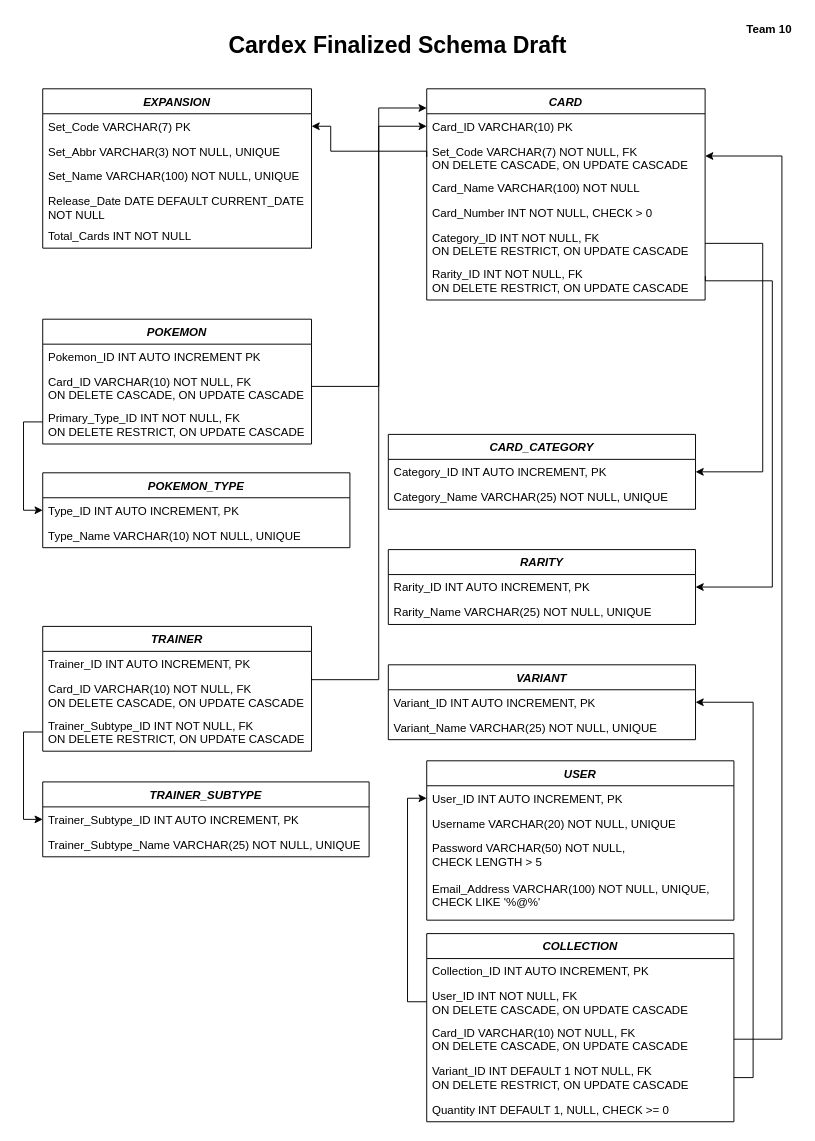
Above: Schemas/Cardex Schema.drawio in ChristianDedios23/Cardex (draw.io), before the change. Source tidied: cells renumbered, new cells numbered last; positions are measured from the earlier drawing's top-left corner, leaving out a move shared by most shapes. Both pictures are drawn from the tidied source at 96%, with x=0, y=0 at pixel (42, 21).
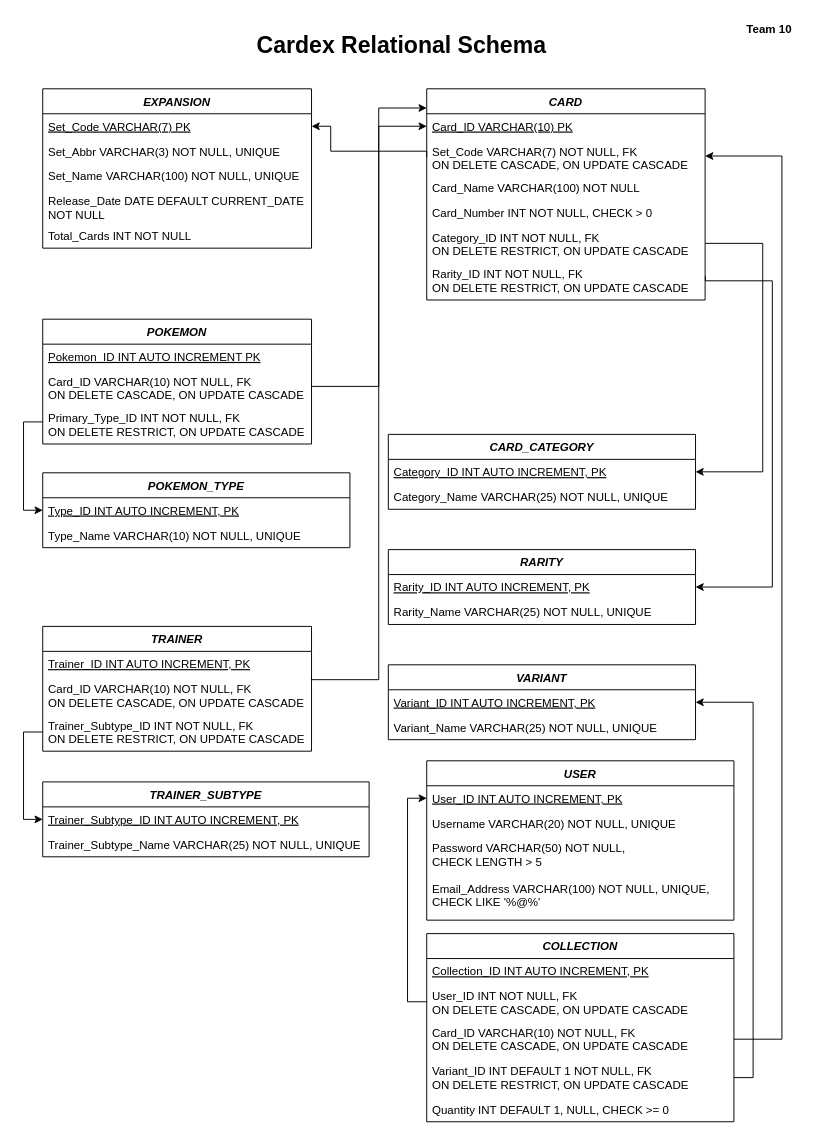
After the change.

The change refers to these unchanged cells:
```xml
<mxCell id="2" value="EXPANSION" style="swimlane;fontStyle=3;align=center;verticalAlign=top;horizontal=1;startSize=26;rounded=0;shadow=0;strokeWidth=1;" parent="1" vertex="1">
  <mxGeometry y="70" width="280" height="166" as="geometry" />
</mxCell>
<mxCell id="9" value="CARD" style="swimlane;fontStyle=3;align=center;verticalAlign=top;horizontal=1;startSize=26;rounded=0;shadow=0;strokeWidth=1;" parent="1" vertex="1">
  <mxGeometry x="400" y="70" width="290" height="220" as="geometry" />
</mxCell>
<mxCell id="16" value="POKEMON" style="swimlane;fontStyle=3;align=center;verticalAlign=top;horizontal=1;startSize=26;rounded=0;shadow=0;strokeWidth=1;" parent="1" vertex="1">
  <mxGeometry y="310" width="280" height="130" as="geometry" />
</mxCell>
<mxCell id="20" value="POKEMON_TYPE" style="swimlane;fontStyle=3;align=center;verticalAlign=top;horizontal=1;startSize=26;rounded=0;shadow=0;strokeWidth=1;" parent="1" vertex="1">
  <mxGeometry y="470" width="320" height="78" as="geometry" />
</mxCell>
<mxCell id="23" value="CARD_CATEGORY" style="swimlane;fontStyle=3;align=center;verticalAlign=top;horizontal=1;startSize=26;rounded=0;shadow=0;strokeWidth=1;" parent="1" vertex="1">
  <mxGeometry x="360" y="430" width="320" height="78" as="geometry" />
</mxCell>
<mxCell id="26" value="RARITY" style="swimlane;fontStyle=3;align=center;verticalAlign=top;horizontal=1;startSize=26;rounded=0;shadow=0;strokeWidth=1;" parent="1" vertex="1">
  <mxGeometry x="360" y="550" width="320" height="78" as="geometry" />
</mxCell>
<mxCell id="29" value="VARIANT" style="swimlane;fontStyle=3;align=center;verticalAlign=top;horizontal=1;startSize=26;rounded=0;shadow=0;strokeWidth=1;" parent="1" vertex="1">
  <mxGeometry x="360" y="670" width="320" height="78" as="geometry" />
</mxCell>
<mxCell id="37" value="USER" style="swimlane;fontStyle=3;align=center;verticalAlign=top;horizontal=1;startSize=26;rounded=0;shadow=0;strokeWidth=1;" parent="1" vertex="1">
  <mxGeometry x="400" y="770" width="320" height="166" as="geometry" />
</mxCell>
<mxCell id="42" value="COLLECTION" style="swimlane;fontStyle=3;align=center;verticalAlign=top;horizontal=1;startSize=26;rounded=0;shadow=0;strokeWidth=1;" parent="1" vertex="1">
  <mxGeometry x="400" y="950" width="320" height="196" as="geometry" />
</mxCell>
<mxCell id="50" value="TRAINER_SUBTYPE" style="swimlane;fontStyle=3;align=center;verticalAlign=top;horizontal=1;startSize=26;rounded=0;shadow=0;strokeWidth=1;" parent="1" vertex="1">
  <mxGeometry y="792" width="340" height="78" as="geometry" />
</mxCell>
<mxCell id="53" value="TRAINER" style="swimlane;fontStyle=3;align=center;verticalAlign=top;horizontal=1;startSize=26;rounded=0;shadow=0;strokeWidth=1;" parent="1" vertex="1">
  <mxGeometry y="630" width="280" height="130" as="geometry" />
</mxCell>
```

Change to the diagram source:
```diff
@@
-    <mxCell id="3" value="Set_Code VARCHAR(7) PK" style="text;align=left;verticalAlign=top;spacingLeft=4;spacingRight=4;overflow=hidden;points=[[0,0.5],[1,0.5]];portConstraint=eastwest;" parent="2" vertex="1">
+    <mxCell id="3" value="Set_Code VARCHAR(7) PK" style="text;align=left;verticalAlign=top;spacingLeft=4;spacingRight=4;overflow=hidden;points=[[0,0.5],[1,0.5]];portConstraint=eastwest;fontStyle=4;" parent="2" vertex="1">
       <mxGeometry y="26" width="280" height="26" as="geometry" />
     </mxCell>
@@
-    <mxCell id="8" value="&lt;h1&gt;Cardex Finalized Schema Draft&lt;/h1&gt;" style="text;html=1;whiteSpace=wrap;strokeColor=none;fillColor=none;align=center;verticalAlign=middle;rounded=0;" parent="1" vertex="1">
-      <mxGeometry x="190" y="10" width="360" height="30" as="geometry" />
+    <mxCell id="8" value="&lt;h1&gt;Cardex Relational Schema&lt;/h1&gt;" style="text;html=1;whiteSpace=wrap;strokeColor=none;fillColor=none;align=center;verticalAlign=middle;rounded=0;" parent="1" vertex="1">
+      <mxGeometry x="194" y="10" width="360" height="30" as="geometry" />
     </mxCell>
@@
-    <mxCell id="10" value="Card_ID VARCHAR(10) PK" style="text;align=left;verticalAlign=top;spacingLeft=4;spacingRight=4;overflow=hidden;points=[[0,0.5],[1,0.5]];portConstraint=eastwest;rounded=0;" parent="9" vertex="1">
+    <mxCell id="10" value="Card_ID VARCHAR(10) PK" style="text;align=left;verticalAlign=top;spacingLeft=4;spacingRight=4;overflow=hidden;points=[[0,0.5],[1,0.5]];portConstraint=eastwest;rounded=0;fontStyle=4;" parent="9" vertex="1">
       <mxGeometry y="26" width="290" height="26" as="geometry" />
     </mxCell>
@@
-    <mxCell id="17" value="Pokemon_ID INT AUTO INCREMENT PK" style="text;align=left;verticalAlign=top;spacingLeft=4;spacingRight=4;overflow=hidden;" parent="16" vertex="1">
+    <mxCell id="17" value="Pokemon_ID INT AUTO INCREMENT PK" style="text;align=left;verticalAlign=top;spacingLeft=4;spacingRight=4;overflow=hidden;fontStyle=4;" parent="16" vertex="1">
       <mxGeometry y="26" width="280" height="26" as="geometry" />
     </mxCell>
@@
-    <mxCell id="21" value="Type_ID INT AUTO INCREMENT, PK" style="text;align=left;verticalAlign=top;spacingLeft=4;spacingRight=4;overflow=hidden;points=[[0,0.5],[1,0.5]];portConstraint=eastwest;" parent="20" vertex="1">
+    <mxCell id="21" value="Type_ID INT AUTO INCREMENT, PK" style="text;align=left;verticalAlign=top;spacingLeft=4;spacingRight=4;overflow=hidden;points=[[0,0.5],[1,0.5]];portConstraint=eastwest;fontStyle=4;" parent="20" vertex="1">
       <mxGeometry y="26" width="320" height="26" as="geometry" />
     </mxCell>
@@
-    <mxCell id="24" value="Category_ID INT AUTO INCREMENT, PK" style="text;align=left;verticalAlign=top;spacingLeft=4;spacingRight=4;overflow=hidden;points=[[0,0.5],[1,0.5]];portConstraint=eastwest;" parent="23" vertex="1">
+    <mxCell id="24" value="Category_ID INT AUTO INCREMENT, PK" style="text;align=left;verticalAlign=top;spacingLeft=4;spacingRight=4;overflow=hidden;points=[[0,0.5],[1,0.5]];portConstraint=eastwest;fontStyle=4;" parent="23" vertex="1">
       <mxGeometry y="26" width="320" height="26" as="geometry" />
     </mxCell>
@@
-    <mxCell id="27" value="Rarity_ID INT AUTO INCREMENT, PK" style="text;align=left;verticalAlign=top;spacingLeft=4;spacingRight=4;overflow=hidden;points=[[0,0.5],[1,0.5]];portConstraint=eastwest;" parent="26" vertex="1">
+    <mxCell id="27" value="Rarity_ID INT AUTO INCREMENT, PK" style="text;align=left;verticalAlign=top;spacingLeft=4;spacingRight=4;overflow=hidden;points=[[0,0.5],[1,0.5]];portConstraint=eastwest;fontStyle=4;" parent="26" vertex="1">
       <mxGeometry y="26" width="320" height="26" as="geometry" />
     </mxCell>
@@
-    <mxCell id="30" value="Variant_ID INT AUTO INCREMENT, PK" style="text;align=left;verticalAlign=top;spacingLeft=4;spacingRight=4;overflow=hidden;points=[[0,0.5],[1,0.5]];portConstraint=eastwest;" parent="29" vertex="1">
+    <mxCell id="30" value="Variant_ID INT AUTO INCREMENT, PK" style="text;align=left;verticalAlign=top;spacingLeft=4;spacingRight=4;overflow=hidden;points=[[0,0.5],[1,0.5]];portConstraint=eastwest;fontStyle=4;" parent="29" vertex="1">
       <mxGeometry y="26" width="320" height="26" as="geometry" />
     </mxCell>
@@
-    <mxCell id="38" value="User_ID INT AUTO INCREMENT, PK" style="text;align=left;verticalAlign=top;spacingLeft=4;spacingRight=4;overflow=hidden;points=[[0,0.5],[1,0.5]];portConstraint=eastwest;" parent="37" vertex="1">
+    <mxCell id="38" value="User_ID INT AUTO INCREMENT, PK" style="text;align=left;verticalAlign=top;spacingLeft=4;spacingRight=4;overflow=hidden;points=[[0,0.5],[1,0.5]];portConstraint=eastwest;fontStyle=4;" parent="37" vertex="1">
       <mxGeometry y="26" width="320" height="26" as="geometry" />
     </mxCell>
@@
-    <mxCell id="43" value="Collection_ID INT AUTO INCREMENT, PK" style="text;align=left;verticalAlign=top;spacingLeft=4;spacingRight=4;overflow=hidden;" parent="42" vertex="1">
+    <mxCell id="43" value="Collection_ID INT AUTO INCREMENT, PK" style="text;align=left;verticalAlign=top;spacingLeft=4;spacingRight=4;overflow=hidden;fontStyle=4;" parent="42" vertex="1">
       <mxGeometry y="26" width="320" height="26" as="geometry" />
     </mxCell>
@@
-    <mxCell id="51" value="Trainer_Subtype_ID INT AUTO INCREMENT, PK" style="text;align=left;verticalAlign=top;spacingLeft=4;spacingRight=4;overflow=hidden;points=[[0,0.5],[1,0.5]];portConstraint=eastwest;" parent="50" vertex="1">
+    <mxCell id="51" value="Trainer_Subtype_ID INT AUTO INCREMENT, PK" style="text;align=left;verticalAlign=top;spacingLeft=4;spacingRight=4;overflow=hidden;points=[[0,0.5],[1,0.5]];portConstraint=eastwest;fontStyle=4;" parent="50" vertex="1">
       <mxGeometry y="26" width="340" height="26" as="geometry" />
     </mxCell>
@@
-    <mxCell id="54" value="Trainer_ID INT AUTO INCREMENT, PK" style="text;align=left;verticalAlign=top;spacingLeft=4;spacingRight=4;overflow=hidden;" parent="53" vertex="1">
+    <mxCell id="54" value="Trainer_ID INT AUTO INCREMENT, PK" style="text;align=left;verticalAlign=top;spacingLeft=4;spacingRight=4;overflow=hidden;fontStyle=4;" parent="53" vertex="1">
       <mxGeometry y="26" width="280" height="26" as="geometry" />
     </mxCell>
```
